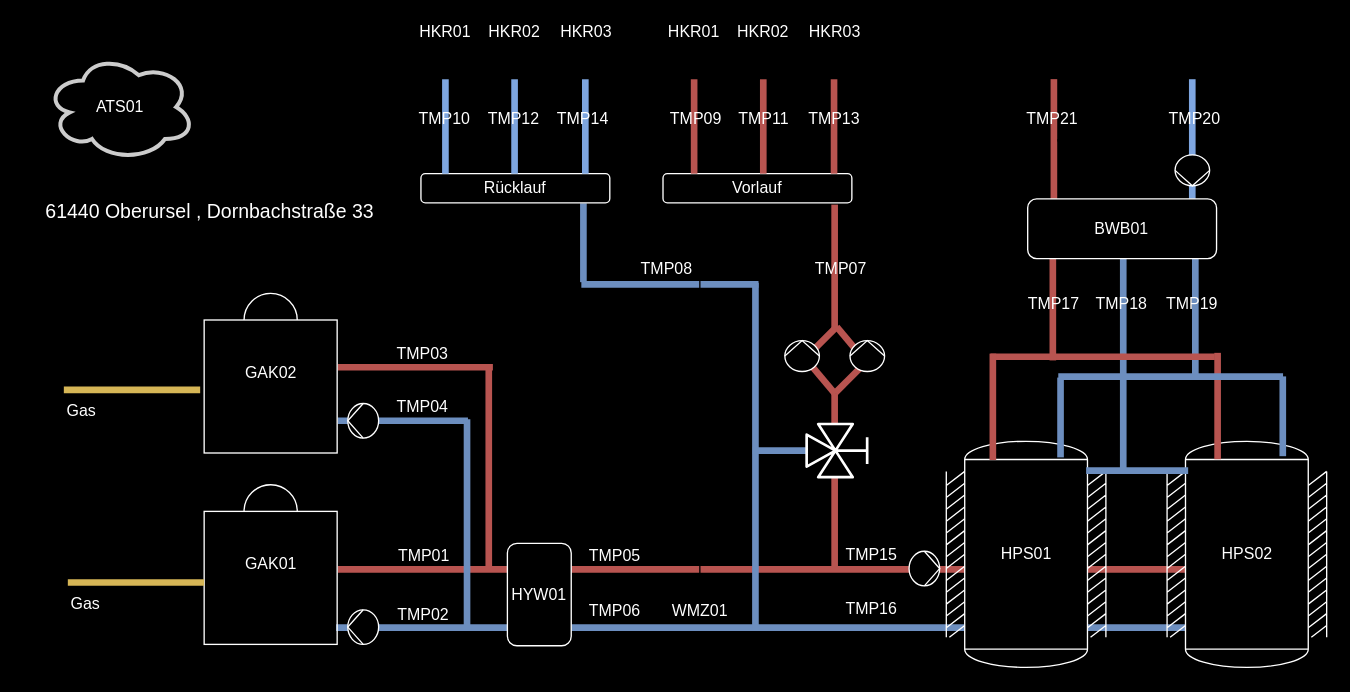
Before: TSM-0120-04929.drawio in drrolandwerner/drawio, a draw.io diagram. Source tidied: cells renumbered, new cells numbered last; positions are measured from the earlier drawing's top-left corner, leaving out a move shared by most shapes. Both pictures are drawn from the tidied source at 133%, with x=0, y=0 at pixel (23, 53).
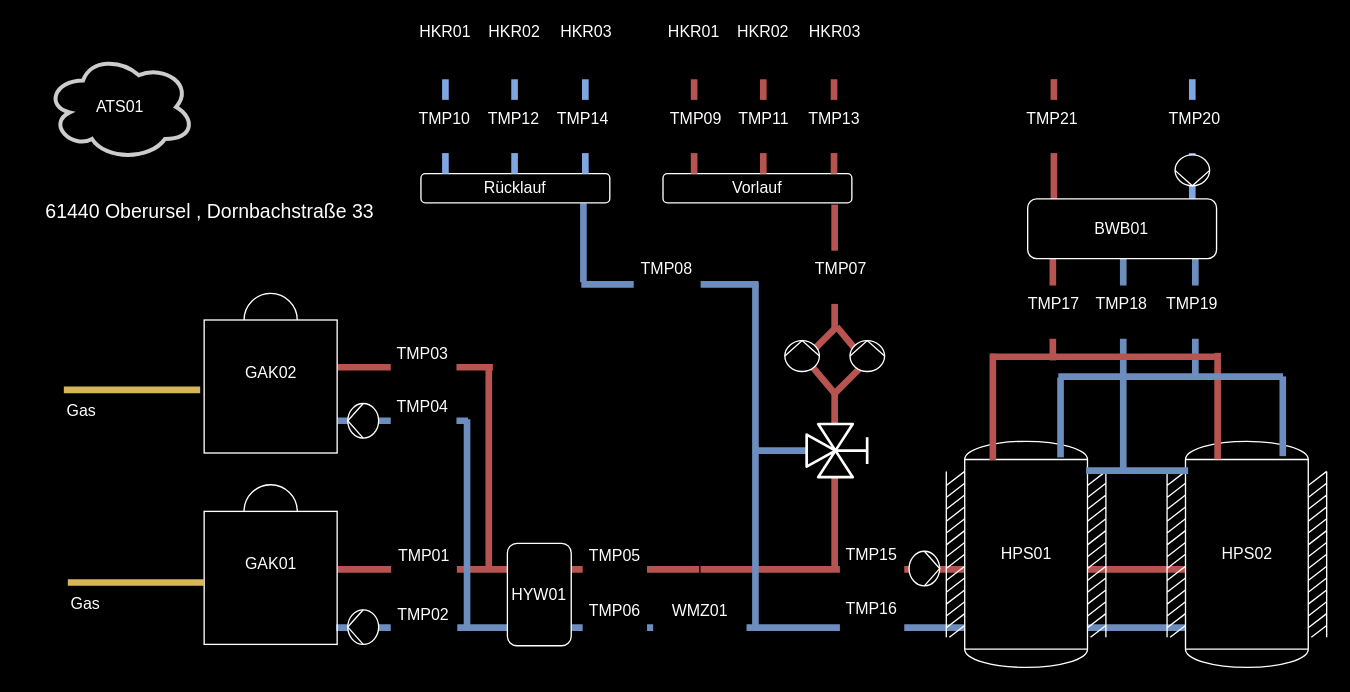
Above is the later version.

The edit, as a diff of the source:
```diff
@@
-    <mxCell id="39" value="TMP07" style="rounded=0;whiteSpace=wrap;html=1;strokeWidth=1;strokeColor=none;fillColor=none;verticalAlign=top;fontColor=#FFFFFF;" parent="1" vertex="1">
-      <mxGeometry x="589.9" y="148" width="50" height="40" as="geometry" />
-    </mxCell>
@@
+    <mxCell id="39" value="TMP07" style="rounded=0;whiteSpace=wrap;html=1;strokeWidth=1;strokeColor=none;verticalAlign=top;fontColor=#FFFFFF;fillColor=#000000;" parent="1" vertex="1">
+      <mxGeometry x="589.9" y="148" width="50" height="40" as="geometry" />
+    </mxCell>
-    <mxCell id="58" value="TMP04" style="rounded=0;whiteSpace=wrap;html=1;strokeWidth=1;strokeColor=none;fillColor=none;verticalAlign=top;fontColor=#FFFFFF;" parent="1" vertex="1">
+    <mxCell id="58" value="TMP04" style="rounded=0;whiteSpace=wrap;html=1;strokeWidth=1;strokeColor=none;verticalAlign=top;fontColor=#FFFFFF;fillColor=#000000;" parent="1" vertex="1">
       <mxGeometry x="276.3" y="251.6" width="49.4" height="40" as="geometry" />
     </mxCell>
-    <mxCell id="59" value="TMP03" style="rounded=0;whiteSpace=wrap;html=1;strokeWidth=1;strokeColor=none;fillColor=none;verticalAlign=top;fontColor=#FFFFFF;" parent="1" vertex="1">
+    <mxCell id="59" value="TMP03" style="rounded=0;whiteSpace=wrap;html=1;strokeWidth=1;strokeColor=none;verticalAlign=top;fontColor=#FFFFFF;fillColor=#000000;" parent="1" vertex="1">
       <mxGeometry x="276.3" y="211.6" width="49.4" height="40" as="geometry" />
     </mxCell>
-    <mxCell id="60" value="TMP08" style="rounded=0;whiteSpace=wrap;html=1;strokeWidth=1;strokeColor=none;fillColor=none;verticalAlign=top;fontColor=#FFFFFF;" parent="1" vertex="1">
+    <mxCell id="60" value="TMP08" style="rounded=0;whiteSpace=wrap;html=1;strokeWidth=1;strokeColor=none;verticalAlign=top;fontColor=#FFFFFF;fillColor=#000000;" parent="1" vertex="1">
       <mxGeometry x="459" y="148" width="50" height="40" as="geometry" />
     </mxCell>
-    <mxCell id="61" value="TMP15" style="rounded=0;whiteSpace=wrap;html=1;strokeWidth=1;strokeColor=none;fillColor=none;verticalAlign=top;fontColor=#FFFFFF;" parent="1" vertex="1">
+    <mxCell id="61" value="TMP15" style="rounded=0;whiteSpace=wrap;html=1;strokeWidth=1;strokeColor=none;verticalAlign=top;fontColor=#FFFFFF;fillColor=#000000;" parent="1" vertex="1">
       <mxGeometry x="614" y="362.5" width="48.4" height="40" as="geometry" />
     </mxCell>
-    <mxCell id="62" value="TMP16" style="rounded=0;whiteSpace=wrap;html=1;strokeWidth=1;strokeColor=none;fillColor=none;verticalAlign=top;fontColor=#FFFFFF;" parent="1" vertex="1">
+    <mxCell id="62" value="TMP16" style="rounded=0;whiteSpace=wrap;html=1;strokeWidth=1;strokeColor=none;verticalAlign=top;fontColor=#FFFFFF;fillColor=#000000;" parent="1" vertex="1">
       <mxGeometry x="614" y="404" width="48.4" height="40" as="geometry" />
     </mxCell>
-    <mxCell id="63" value="TMP09" style="rounded=0;whiteSpace=wrap;html=1;strokeWidth=1;strokeColor=none;fillColor=none;verticalAlign=top;fontColor=#FFFFFF;" parent="1" vertex="1">
+    <mxCell id="63" value="TMP09" style="rounded=0;whiteSpace=wrap;html=1;strokeWidth=1;strokeColor=none;verticalAlign=top;fontColor=#FFFFFF;fillColor=#000000;" parent="1" vertex="1">
       <mxGeometry x="481" y="34.6" width="50" height="40" as="geometry" />
     </mxCell>
-    <mxCell id="64" value="TMP11" style="rounded=0;whiteSpace=wrap;html=1;strokeWidth=1;strokeColor=none;fillColor=none;verticalAlign=top;fontColor=#FFFFFF;" parent="1" vertex="1">
+    <mxCell id="64" value="TMP11" style="rounded=0;whiteSpace=wrap;html=1;strokeWidth=1;strokeColor=none;verticalAlign=top;fontColor=#FFFFFF;fillColor=#000000;" parent="1" vertex="1">
       <mxGeometry x="532.3" y="34.6" width="50" height="40" as="geometry" />
     </mxCell>
-    <mxCell id="65" value="TMP13" style="rounded=0;whiteSpace=wrap;html=1;strokeWidth=1;strokeColor=none;fillColor=none;verticalAlign=top;fontColor=#FFFFFF;" parent="1" vertex="1">
+    <mxCell id="65" value="TMP13" style="rounded=0;whiteSpace=wrap;html=1;strokeWidth=1;strokeColor=none;verticalAlign=top;fontColor=#FFFFFF;fillColor=#000000;" parent="1" vertex="1">
       <mxGeometry x="585.1" y="34.6" width="50" height="40" as="geometry" />
     </mxCell>
-    <mxCell id="66" value="TMP10" style="rounded=0;whiteSpace=wrap;html=1;strokeWidth=1;strokeColor=none;fillColor=none;verticalAlign=top;fontColor=#FFFFFF;" parent="1" vertex="1">
+    <mxCell id="66" value="TMP10" style="rounded=0;whiteSpace=wrap;html=1;strokeWidth=1;strokeColor=none;verticalAlign=top;fontColor=#FFFFFF;fillColor=#000000;" parent="1" vertex="1">
       <mxGeometry x="292.3" y="34.6" width="50" height="40" as="geometry" />
     </mxCell>
-    <mxCell id="67" value="TMP12" style="rounded=0;whiteSpace=wrap;html=1;strokeWidth=1;strokeColor=none;fillColor=none;verticalAlign=top;fontColor=#FFFFFF;" parent="1" vertex="1">
+    <mxCell id="67" value="TMP12" style="rounded=0;whiteSpace=wrap;html=1;strokeWidth=1;strokeColor=none;verticalAlign=top;fontColor=#FFFFFF;fillColor=#000000;" parent="1" vertex="1">
       <mxGeometry x="343.6" y="34.6" width="50" height="40" as="geometry" />
     </mxCell>
-    <mxCell id="68" value="TMP14" style="rounded=0;whiteSpace=wrap;html=1;strokeWidth=1;strokeColor=none;fillColor=none;verticalAlign=top;fontColor=#FFFFFF;" parent="1" vertex="1">
+    <mxCell id="68" value="TMP14" style="rounded=0;whiteSpace=wrap;html=1;strokeWidth=1;strokeColor=none;verticalAlign=top;fontColor=#FFFFFF;fillColor=#000000;" parent="1" vertex="1">
       <mxGeometry x="396.4" y="34.6" width="50" height="40" as="geometry" />
     </mxCell>
-    <mxCell id="69" value="TMP17" style="rounded=0;whiteSpace=wrap;html=1;strokeWidth=1;strokeColor=none;fillColor=none;verticalAlign=top;fontColor=#FFFFFF;" parent="1" vertex="1">
+    <mxCell id="69" value="TMP17" style="rounded=0;whiteSpace=wrap;html=1;strokeWidth=1;strokeColor=none;verticalAlign=top;fontColor=#FFFFFF;fillColor=#000000;" parent="1" vertex="1">
       <mxGeometry x="749.9" y="174.2" width="50" height="40" as="geometry" />
     </mxCell>
-    <mxCell id="70" value="TMP18" style="rounded=0;whiteSpace=wrap;html=1;strokeWidth=1;strokeColor=none;fillColor=none;verticalAlign=top;fontColor=#FFFFFF;" parent="1" vertex="1">
+    <mxCell id="70" value="TMP18" style="rounded=0;whiteSpace=wrap;html=1;strokeWidth=1;strokeColor=none;verticalAlign=top;fontColor=#FFFFFF;fillColor=#000000;" parent="1" vertex="1">
       <mxGeometry x="801.2" y="174.2" width="50" height="40" as="geometry" />
     </mxCell>
-    <mxCell id="71" value="TMP19" style="rounded=0;whiteSpace=wrap;html=1;strokeWidth=1;strokeColor=none;fillColor=none;verticalAlign=top;fontColor=#FFFFFF;" parent="1" vertex="1">
+    <mxCell id="71" value="TMP19" style="rounded=0;whiteSpace=wrap;html=1;strokeWidth=1;strokeColor=none;verticalAlign=top;fontColor=#FFFFFF;fillColor=#000000;" parent="1" vertex="1">
       <mxGeometry x="854" y="174.2" width="50" height="40" as="geometry" />
     </mxCell>
-    <mxCell id="72" value="TMP21" style="rounded=0;whiteSpace=wrap;html=1;strokeWidth=1;strokeColor=none;fillColor=none;verticalAlign=top;fontColor=#FFFFFF;" parent="1" vertex="1">
+    <mxCell id="72" value="TMP21" style="rounded=0;whiteSpace=wrap;html=1;strokeWidth=1;strokeColor=none;verticalAlign=top;fontColor=#FFFFFF;fillColor=#000000;" parent="1" vertex="1">
       <mxGeometry x="748.5" y="34.6" width="50" height="40" as="geometry" />
     </mxCell>
-    <mxCell id="73" value="TMP20" style="rounded=0;whiteSpace=wrap;html=1;strokeWidth=1;strokeColor=none;fillColor=none;verticalAlign=top;fontColor=#FFFFFF;" parent="1" vertex="1">
+    <mxCell id="73" value="TMP20" style="rounded=0;whiteSpace=wrap;html=1;strokeWidth=1;strokeColor=none;verticalAlign=top;fontColor=#FFFFFF;fillColor=#000000;" parent="1" vertex="1">
       <mxGeometry x="856.2" y="34.6" width="50" height="40" as="geometry" />
     </mxCell>
-    <mxCell id="74" value="WMZ01" style="rounded=0;whiteSpace=wrap;html=1;strokeWidth=1;strokeColor=none;fillColor=none;verticalAlign=top;fontColor=#FFFFFF;rotation=0;" parent="1" vertex="1">
+    <mxCell id="74" value="WMZ01" style="rounded=0;whiteSpace=wrap;html=1;strokeWidth=1;strokeColor=none;verticalAlign=top;fontColor=#FFFFFF;rotation=0;fillColor=#000000;" parent="1" vertex="1">
       <mxGeometry x="473.6" y="405" width="70.2" height="40" as="geometry" />
     </mxCell>
-    <mxCell id="75" value="TMP01" style="rounded=0;whiteSpace=wrap;html=1;strokeWidth=1;strokeColor=none;fillColor=none;verticalAlign=top;fontColor=#FFFFFF;" parent="1" vertex="1">
+    <mxCell id="75" value="TMP01" style="rounded=0;whiteSpace=wrap;html=1;strokeWidth=1;strokeColor=none;verticalAlign=top;fontColor=#FFFFFF;fillColor=#000000;" parent="1" vertex="1">
       <mxGeometry x="276.6" y="363.6" width="49.4" height="40" as="geometry" />
     </mxCell>
-    <mxCell id="76" value="TMP02" style="rounded=0;whiteSpace=wrap;html=1;strokeWidth=1;strokeColor=none;fillColor=none;verticalAlign=top;fontColor=#FFFFFF;" parent="1" vertex="1">
+    <mxCell id="76" value="TMP02" style="rounded=0;whiteSpace=wrap;html=1;strokeWidth=1;strokeColor=none;verticalAlign=top;fontColor=#FFFFFF;fillColor=#000000;" parent="1" vertex="1">
       <mxGeometry x="276.3" y="408" width="50" height="40" as="geometry" />
     </mxCell>
-    <mxCell id="77" value="TMP05" style="rounded=0;whiteSpace=wrap;html=1;strokeWidth=1;strokeColor=none;fillColor=none;verticalAlign=top;fontColor=#FFFFFF;" parent="1" vertex="1">
+    <mxCell id="77" value="TMP05" style="rounded=0;whiteSpace=wrap;html=1;strokeWidth=1;strokeColor=none;verticalAlign=top;fontColor=#FFFFFF;fillColor=#000000;" parent="1" vertex="1">
       <mxGeometry x="420.6" y="363.5" width="48.4" height="40" as="geometry" />
     </mxCell>
-    <mxCell id="78" value="TMP06" style="rounded=0;whiteSpace=wrap;html=1;strokeWidth=1;strokeColor=none;fillColor=none;verticalAlign=top;fontColor=#FFFFFF;" parent="1" vertex="1">
+    <mxCell id="78" value="TMP06" style="rounded=0;whiteSpace=wrap;html=1;strokeWidth=1;strokeColor=none;verticalAlign=top;fontColor=#FFFFFF;fillColor=#000000;" parent="1" vertex="1">
       <mxGeometry x="420.6" y="405" width="48.4" height="40" as="geometry" />
     </mxCell>
```
